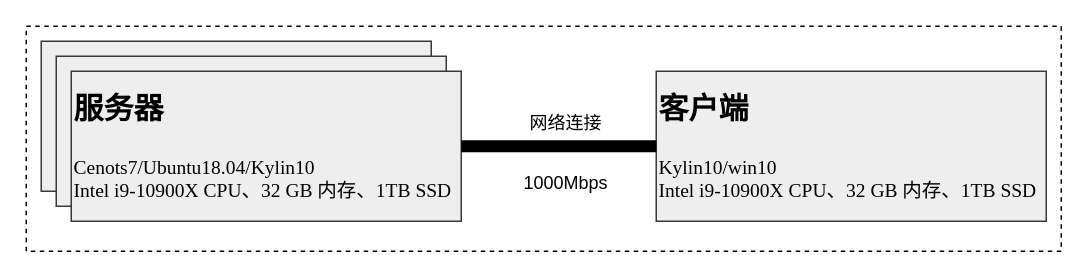
The draw.io diagram temp.drawio in We1less1111/draw.io, before the edit. Source tidied: cells renumbered, new cells numbered last; positions are measured from the earlier drawing's top-left corner, leaving out a move shared by most shapes. Both pictures are drawn from the tidied source at 150%, with x=0, y=0 at pixel (26, 26).
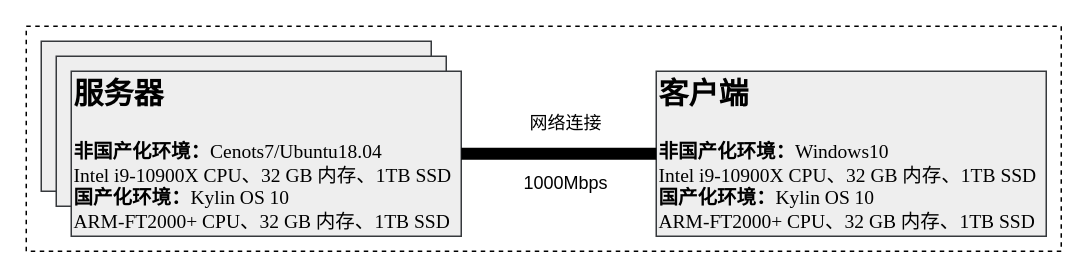
The same page after the edit.

What changed in the source:
```diff
@@
 <mxGraphModel>
   <root>
     <mxCell id="0" />
     <mxCell id="1" parent="0" />
     <mxCell id="2" style="rounded=0;whiteSpace=wrap;html=1;dashed=1;" parent="1" vertex="1">
       <mxGeometry width="690" height="150" as="geometry" />
     </mxCell>
     <mxCell id="3" style="rounded=0;whiteSpace=wrap;html=1;fillColor=#eeeeee;strokeColor=#36393d;" parent="1" vertex="1">
       <mxGeometry x="10" y="10" width="260" height="100" as="geometry" />
     </mxCell>
     <mxCell id="4" style="rounded=0;whiteSpace=wrap;html=1;fillColor=#eeeeee;strokeColor=#36393d;" parent="1" vertex="1">
       <mxGeometry x="20" y="20" width="260" height="100" as="geometry" />
     </mxCell>
-    <mxCell id="5" value="&lt;font size=&quot;1&quot; style=&quot;&quot;&gt;&lt;b style=&quot;font-size: 20px;&quot;&gt;服务器&lt;/b&gt;&lt;/font&gt;&lt;div&gt;&lt;span style=&quot;font-size: 16px;&quot;&gt;&lt;br&gt;&lt;/span&gt;&lt;div&gt;&lt;span style=&quot;background-color: initial; font-family: &amp;quot;Times New Roman&amp;quot;; font-size: 13px;&quot;&gt;&lt;font style=&quot;font-size: 13px;&quot;&gt;Cenots7/Ubuntu18.04/Kylin10&lt;/font&gt;&lt;/span&gt;&lt;div style=&quot;font-size: 13px;&quot;&gt;&lt;font style=&quot;font-size: 13px;&quot;&gt;&lt;font style=&quot;background-color: initial; font-size: 13px;&quot; face=&quot;Times New Roman&quot;&gt;Intel&lt;/font&gt;&lt;span style=&quot;background-color: initial; font-family: &amp;quot;Times New Roman&amp;quot;;&quot;&gt;&amp;nbsp;&lt;/span&gt;&lt;span style=&quot;background-color: initial; font-family: 宋体;&quot;&gt;&lt;font style=&quot;font-size: 13px;&quot; face=&quot;Times New Roman&quot;&gt;i&lt;/font&gt;&lt;/span&gt;&lt;span style=&quot;background-color: initial; font-family: &amp;quot;Times New Roman&amp;quot;;&quot;&gt;9-10900&lt;/span&gt;&lt;span style=&quot;background-color: initial; font-family: 宋体;&quot;&gt;&lt;font style=&quot;font-size: 13px;&quot; face=&quot;Times New Roman&quot;&gt;X&lt;/font&gt;&lt;/span&gt;&lt;span style=&quot;background-color: initial; font-family: &amp;quot;Times New Roman&amp;quot;;&quot;&gt;&amp;nbsp;&lt;/span&gt;&lt;span style=&quot;background-color: initial; font-family: 宋体;&quot;&gt;&lt;font style=&quot;font-size: 13px;&quot; face=&quot;Times New Roman&quot;&gt;CPU&lt;/font&gt;&lt;/span&gt;&lt;span style=&quot;background-color: initial; font-family: &amp;quot;Times New Roman&amp;quot;;&quot;&gt;&lt;font style=&quot;font-size: 13px;&quot; face=&quot;宋体&quot;&gt;、&lt;/font&gt;32&amp;nbsp;&lt;/span&gt;&lt;span style=&quot;background-color: initial; font-family: 宋体;&quot;&gt;&lt;font style=&quot;font-size: 13px;&quot; face=&quot;Times New Roman&quot;&gt;GB&lt;/font&gt;&lt;/span&gt;&lt;span style=&quot;background-color: initial; font-family: &amp;quot;Times New Roman&amp;quot;;&quot;&gt;&amp;nbsp;&lt;/span&gt;&lt;span style=&quot;background-color: initial; font-family: 宋体;&quot;&gt;&lt;font style=&quot;font-size: 13px;&quot; face=&quot;宋体&quot;&gt;内存、&lt;/font&gt;&lt;font style=&quot;font-size: 13px;&quot; face=&quot;Times New Roman&quot;&gt;1&lt;/font&gt;&lt;/span&gt;&lt;span style=&quot;background-color: initial; font-family: &amp;quot;Times New Roman&amp;quot;;&quot;&gt;TB&amp;nbsp;&lt;/span&gt;&lt;span style=&quot;background-color: initial; font-family: 宋体;&quot;&gt;&lt;font style=&quot;font-size: 13px;&quot; face=&quot;Times New Roman&quot;&gt;SSD&lt;/font&gt;&lt;/span&gt;&lt;/font&gt;&lt;/div&gt;&lt;/div&gt;&lt;/div&gt;" style="rounded=0;whiteSpace=wrap;html=1;align=left;fillColor=#eeeeee;strokeColor=#36393d;" parent="1" vertex="1">
-      <mxGeometry x="30" y="30" width="260" height="100" as="geometry" />
+    <mxCell id="5" value="&lt;font size=&quot;1&quot; style=&quot;&quot;&gt;&lt;b style=&quot;font-size: 20px;&quot;&gt;服务器&lt;/b&gt;&lt;/font&gt;&lt;div&gt;&lt;span style=&quot;font-size: 16px;&quot;&gt;&lt;br&gt;&lt;/span&gt;&lt;div&gt;&lt;span style=&quot;background-color: initial; font-family: &amp;quot;Times New Roman&amp;quot;; font-size: 13px;&quot;&gt;&lt;font style=&quot;font-size: 13px;&quot;&gt;&lt;b&gt;非国产化环境：&lt;/b&gt;Cenots7/Ubuntu18.04&lt;/font&gt;&lt;/span&gt;&lt;div style=&quot;font-size: 13px;&quot;&gt;&lt;font style=&quot;font-size: 13px;&quot;&gt;&lt;font style=&quot;background-color: initial; font-size: 13px;&quot; face=&quot;Times New Roman&quot;&gt;Intel&lt;/font&gt;&lt;span style=&quot;background-color: initial; font-family: &amp;quot;Times New Roman&amp;quot;;&quot;&gt;&amp;nbsp;&lt;/span&gt;&lt;span style=&quot;background-color: initial; font-family: 宋体;&quot;&gt;&lt;font style=&quot;font-size: 13px;&quot; face=&quot;Times New Roman&quot;&gt;i&lt;/font&gt;&lt;/span&gt;&lt;span style=&quot;background-color: initial; font-family: &amp;quot;Times New Roman&amp;quot;;&quot;&gt;9-10900&lt;/span&gt;&lt;span style=&quot;background-color: initial; font-family: 宋体;&quot;&gt;&lt;font style=&quot;font-size: 13px;&quot; face=&quot;Times New Roman&quot;&gt;X&lt;/font&gt;&lt;/span&gt;&lt;span style=&quot;background-color: initial; font-family: &amp;quot;Times New Roman&amp;quot;;&quot;&gt;&amp;nbsp;&lt;/span&gt;&lt;span style=&quot;background-color: initial; font-family: 宋体;&quot;&gt;&lt;font style=&quot;font-size: 13px;&quot; face=&quot;Times New Roman&quot;&gt;CPU&lt;/font&gt;&lt;/span&gt;&lt;span style=&quot;background-color: initial; font-family: &amp;quot;Times New Roman&amp;quot;;&quot;&gt;&lt;font style=&quot;font-size: 13px;&quot; face=&quot;宋体&quot;&gt;、&lt;/font&gt;32&amp;nbsp;&lt;/span&gt;&lt;span style=&quot;background-color: initial; font-family: 宋体;&quot;&gt;&lt;font style=&quot;font-size: 13px;&quot; face=&quot;Times New Roman&quot;&gt;GB&lt;/font&gt;&lt;/span&gt;&lt;span style=&quot;background-color: initial; font-family: &amp;quot;Times New Roman&amp;quot;;&quot;&gt;&amp;nbsp;&lt;/span&gt;&lt;span style=&quot;background-color: initial; font-family: 宋体;&quot;&gt;&lt;font style=&quot;font-size: 13px;&quot; face=&quot;宋体&quot;&gt;内存、&lt;/font&gt;&lt;font style=&quot;font-size: 13px;&quot; face=&quot;Times New Roman&quot;&gt;1&lt;/font&gt;&lt;/span&gt;&lt;span style=&quot;background-color: initial; font-family: &amp;quot;Times New Roman&amp;quot;;&quot;&gt;TB&amp;nbsp;&lt;/span&gt;&lt;span style=&quot;background-color: initial; font-family: 宋体;&quot;&gt;&lt;font style=&quot;font-size: 13px;&quot; face=&quot;Times New Roman&quot;&gt;SSD&lt;/font&gt;&lt;/span&gt;&lt;/font&gt;&lt;/div&gt;&lt;/div&gt;&lt;/div&gt;&lt;div style=&quot;font-size: 13px;&quot;&gt;&lt;font face=&quot;Times New Roman&quot;&gt;&lt;b&gt;国产化环境：&lt;/b&gt;&lt;/font&gt;&lt;span style=&quot;font-family: &amp;quot;Times New Roman&amp;quot;; background-color: initial;&quot;&gt;Kylin OS 10&lt;/span&gt;&lt;/div&gt;&lt;div style=&quot;font-size: 13px;&quot;&gt;&lt;span style=&quot;background-color: initial; font-family: &amp;quot;Times New Roman&amp;quot;;&quot;&gt;ARM-FT2000+&amp;nbsp;&lt;/span&gt;&lt;span style=&quot;background-color: initial; font-family: 宋体;&quot;&gt;&lt;font face=&quot;Times New Roman&quot;&gt;CPU&lt;/font&gt;&lt;/span&gt;&lt;span style=&quot;background-color: initial; font-family: &amp;quot;Times New Roman&amp;quot;;&quot;&gt;&lt;font face=&quot;宋体&quot;&gt;、&lt;/font&gt;32&amp;nbsp;&lt;/span&gt;&lt;span style=&quot;background-color: initial; font-family: 宋体;&quot;&gt;&lt;font face=&quot;Times New Roman&quot;&gt;GB&lt;/font&gt;&lt;/span&gt;&lt;span style=&quot;background-color: initial; font-family: &amp;quot;Times New Roman&amp;quot;;&quot;&gt;&amp;nbsp;&lt;/span&gt;&lt;span style=&quot;background-color: initial; font-family: 宋体;&quot;&gt;&lt;font face=&quot;宋体&quot;&gt;内存、&lt;/font&gt;&lt;font face=&quot;Times New Roman&quot;&gt;1&lt;/font&gt;&lt;/span&gt;&lt;span style=&quot;background-color: initial; font-family: &amp;quot;Times New Roman&amp;quot;;&quot;&gt;TB&amp;nbsp;&lt;/span&gt;&lt;span style=&quot;background-color: initial; font-family: 宋体;&quot;&gt;&lt;font face=&quot;Times New Roman&quot;&gt;SSD&lt;/font&gt;&lt;/span&gt;&lt;span style=&quot;font-family: &amp;quot;Times New Roman&amp;quot;; background-color: initial;&quot;&gt;&lt;br&gt;&lt;/span&gt;&lt;/div&gt;" style="rounded=0;whiteSpace=wrap;html=1;align=left;fillColor=#eeeeee;strokeColor=#36393d;" parent="1" vertex="1">
+      <mxGeometry x="30" y="30" width="260" height="110" as="geometry" />
     </mxCell>
-    <mxCell id="6" value="&lt;font size=&quot;1&quot; style=&quot;&quot;&gt;&lt;b style=&quot;font-size: 20px;&quot;&gt;客户端&lt;/b&gt;&lt;/font&gt;&lt;div&gt;&lt;span style=&quot;font-size: 16px;&quot;&gt;&lt;br&gt;&lt;/span&gt;&lt;div&gt;&lt;span style=&quot;background-color: initial; font-family: &amp;quot;Times New Roman&amp;quot;; font-size: 13px;&quot;&gt;&lt;font style=&quot;font-size: 13px;&quot;&gt;Kylin10/win10&lt;/font&gt;&lt;/span&gt;&lt;div style=&quot;font-size: 13px;&quot;&gt;&lt;font style=&quot;font-size: 13px;&quot;&gt;&lt;font style=&quot;background-color: initial; font-size: 13px;&quot; face=&quot;Times New Roman&quot;&gt;Intel&lt;/font&gt;&lt;span style=&quot;background-color: initial; font-family: &amp;quot;Times New Roman&amp;quot;;&quot;&gt;&amp;nbsp;&lt;/span&gt;&lt;span style=&quot;background-color: initial; font-family: 宋体;&quot;&gt;&lt;font style=&quot;font-size: 13px;&quot; face=&quot;Times New Roman&quot;&gt;i&lt;/font&gt;&lt;/span&gt;&lt;span style=&quot;background-color: initial; font-family: &amp;quot;Times New Roman&amp;quot;;&quot;&gt;9-10900&lt;/span&gt;&lt;span style=&quot;background-color: initial; font-family: 宋体;&quot;&gt;&lt;font style=&quot;font-size: 13px;&quot; face=&quot;Times New Roman&quot;&gt;X&lt;/font&gt;&lt;/span&gt;&lt;span style=&quot;background-color: initial; font-family: &amp;quot;Times New Roman&amp;quot;;&quot;&gt;&amp;nbsp;&lt;/span&gt;&lt;span style=&quot;background-color: initial; font-family: 宋体;&quot;&gt;&lt;font style=&quot;font-size: 13px;&quot; face=&quot;Times New Roman&quot;&gt;CPU&lt;/font&gt;&lt;/span&gt;&lt;span style=&quot;background-color: initial; font-family: &amp;quot;Times New Roman&amp;quot;;&quot;&gt;&lt;font style=&quot;font-size: 13px;&quot; face=&quot;宋体&quot;&gt;、&lt;/font&gt;32&amp;nbsp;&lt;/span&gt;&lt;span style=&quot;background-color: initial; font-family: 宋体;&quot;&gt;&lt;font style=&quot;font-size: 13px;&quot; face=&quot;Times New Roman&quot;&gt;GB&lt;/font&gt;&lt;/span&gt;&lt;span style=&quot;background-color: initial; font-family: &amp;quot;Times New Roman&amp;quot;;&quot;&gt;&amp;nbsp;&lt;/span&gt;&lt;span style=&quot;background-color: initial; font-family: 宋体;&quot;&gt;&lt;font style=&quot;font-size: 13px;&quot; face=&quot;宋体&quot;&gt;内存、&lt;/font&gt;&lt;font style=&quot;font-size: 13px;&quot; face=&quot;Times New Roman&quot;&gt;1&lt;/font&gt;&lt;/span&gt;&lt;span style=&quot;background-color: initial; font-family: &amp;quot;Times New Roman&amp;quot;;&quot;&gt;TB&amp;nbsp;&lt;/span&gt;&lt;span style=&quot;background-color: initial; font-family: 宋体;&quot;&gt;&lt;font style=&quot;font-size: 13px;&quot; face=&quot;Times New Roman&quot;&gt;SSD&lt;/font&gt;&lt;/span&gt;&lt;/font&gt;&lt;/div&gt;&lt;/div&gt;&lt;/div&gt;" style="rounded=0;whiteSpace=wrap;html=1;align=left;fillColor=#eeeeee;strokeColor=#36393d;" parent="1" vertex="1">
-      <mxGeometry x="420" y="30" width="260" height="100" as="geometry" />
+    <mxCell id="6" value="&lt;font size=&quot;1&quot; style=&quot;&quot;&gt;&lt;b style=&quot;font-size: 20px;&quot;&gt;客户端&lt;/b&gt;&lt;/font&gt;&lt;div&gt;&lt;span style=&quot;font-size: 16px;&quot;&gt;&lt;br&gt;&lt;/span&gt;&lt;div&gt;&lt;div&gt;&lt;span style=&quot;background-color: initial; font-family: &amp;quot;Times New Roman&amp;quot;; font-size: 13px;&quot;&gt;&lt;b&gt;非国产化环境：&lt;/b&gt;Windows10&lt;/span&gt;&lt;/div&gt;&lt;div&gt;&lt;font style=&quot;font-size: 13px; background-color: initial;&quot; face=&quot;Times New Roman&quot;&gt;Intel&lt;/font&gt;&lt;span style=&quot;font-size: 13px; background-color: initial; font-family: &amp;quot;Times New Roman&amp;quot;;&quot;&gt;&amp;nbsp;&lt;/span&gt;&lt;span style=&quot;font-size: 13px; background-color: initial; font-family: 宋体;&quot;&gt;&lt;font face=&quot;Times New Roman&quot;&gt;i&lt;/font&gt;&lt;/span&gt;&lt;span style=&quot;font-size: 13px; background-color: initial; font-family: &amp;quot;Times New Roman&amp;quot;;&quot;&gt;9-10900&lt;/span&gt;&lt;span style=&quot;font-size: 13px; background-color: initial; font-family: 宋体;&quot;&gt;&lt;font face=&quot;Times New Roman&quot;&gt;X&lt;/font&gt;&lt;/span&gt;&lt;span style=&quot;font-size: 13px; background-color: initial; font-family: &amp;quot;Times New Roman&amp;quot;;&quot;&gt;&amp;nbsp;&lt;/span&gt;&lt;span style=&quot;font-size: 13px; background-color: initial; font-family: 宋体;&quot;&gt;&lt;font face=&quot;Times New Roman&quot;&gt;CPU&lt;/font&gt;&lt;/span&gt;&lt;span style=&quot;font-size: 13px; background-color: initial; font-family: &amp;quot;Times New Roman&amp;quot;;&quot;&gt;&lt;font face=&quot;宋体&quot;&gt;、&lt;/font&gt;32&amp;nbsp;&lt;/span&gt;&lt;span style=&quot;font-size: 13px; background-color: initial; font-family: 宋体;&quot;&gt;&lt;font face=&quot;Times New Roman&quot;&gt;GB&lt;/font&gt;&lt;/span&gt;&lt;span style=&quot;font-size: 13px; background-color: initial; font-family: &amp;quot;Times New Roman&amp;quot;;&quot;&gt;&amp;nbsp;&lt;/span&gt;&lt;span style=&quot;font-size: 13px; background-color: initial; font-family: 宋体;&quot;&gt;&lt;font face=&quot;宋体&quot;&gt;内存、&lt;/font&gt;&lt;font face=&quot;Times New Roman&quot;&gt;1&lt;/font&gt;&lt;/span&gt;&lt;span style=&quot;font-size: 13px; background-color: initial; font-family: &amp;quot;Times New Roman&amp;quot;;&quot;&gt;TB&amp;nbsp;&lt;/span&gt;&lt;span style=&quot;font-size: 13px; background-color: initial; font-family: 宋体;&quot;&gt;&lt;font face=&quot;Times New Roman&quot;&gt;SSD&lt;/font&gt;&lt;/span&gt;&lt;/div&gt;&lt;div style=&quot;font-size: 13px;&quot;&gt;&lt;font face=&quot;Times New Roman&quot;&gt;&lt;b&gt;国产化环境：&lt;/b&gt;&lt;/font&gt;&lt;span style=&quot;font-family: &amp;quot;Times New Roman&amp;quot;; background-color: initial;&quot;&gt;Kylin OS 10&lt;/span&gt;&lt;/div&gt;&lt;div style=&quot;font-size: 13px;&quot;&gt;&lt;span style=&quot;background-color: initial; font-family: &amp;quot;Times New Roman&amp;quot;;&quot;&gt;ARM-FT2000+&amp;nbsp;&lt;/span&gt;&lt;span style=&quot;background-color: initial; font-family: 宋体;&quot;&gt;&lt;font face=&quot;Times New Roman&quot;&gt;CPU&lt;/font&gt;&lt;/span&gt;&lt;span style=&quot;background-color: initial; font-family: &amp;quot;Times New Roman&amp;quot;;&quot;&gt;&lt;font face=&quot;宋体&quot;&gt;、&lt;/font&gt;32&amp;nbsp;&lt;/span&gt;&lt;span style=&quot;background-color: initial; font-family: 宋体;&quot;&gt;&lt;font face=&quot;Times New Roman&quot;&gt;GB&lt;/font&gt;&lt;/span&gt;&lt;span style=&quot;background-color: initial; font-family: &amp;quot;Times New Roman&amp;quot;;&quot;&gt;&amp;nbsp;&lt;/span&gt;&lt;span style=&quot;background-color: initial; font-family: 宋体;&quot;&gt;&lt;font face=&quot;宋体&quot;&gt;内存、&lt;/font&gt;&lt;font face=&quot;Times New Roman&quot;&gt;1&lt;/font&gt;&lt;/span&gt;&lt;span style=&quot;background-color: initial; font-family: &amp;quot;Times New Roman&amp;quot;;&quot;&gt;TB&amp;nbsp;&lt;/span&gt;&lt;span style=&quot;background-color: initial; font-family: 宋体;&quot;&gt;&lt;font face=&quot;Times New Roman&quot;&gt;SSD&lt;/font&gt;&lt;/span&gt;&lt;/div&gt;&lt;/div&gt;&lt;/div&gt;" style="rounded=0;whiteSpace=wrap;html=1;align=left;fillColor=#eeeeee;strokeColor=#36393d;" parent="1" vertex="1">
+      <mxGeometry x="420" y="30" width="260" height="110" as="geometry" />
     </mxCell>
-    <mxCell id="7" style="endArrow=none;html=1;rounded=0;entryX=0;entryY=0.5;entryDx=0;entryDy=0;strokeWidth=8;" parent="1" edge="1" target="6">
-      <mxGeometry relative="1" as="geometry">
-        <mxPoint x="290" y="80" as="sourcePoint" />
-      </mxGeometry>
+    <mxCell id="7" style="endArrow=none;html=1;rounded=0;entryX=0;entryY=0.5;entryDx=0;entryDy=0;strokeWidth=8;exitX=1;exitY=0.5;exitDx=0;exitDy=0;" parent="1" edge="1" source="5" target="6">
+      <mxGeometry relative="1" as="geometry" />
     </mxCell>
     <mxCell id="8" value="网络连接" style="text;html=1;align=center;verticalAlign=middle;whiteSpace=wrap;rounded=0;" parent="1" vertex="1">
       <mxGeometry x="330" y="50" width="60" height="30" as="geometry" />
     </mxCell>
     <mxCell id="9" value="1000Mbps" style="text;html=1;align=center;verticalAlign=middle;whiteSpace=wrap;rounded=0;" parent="1" vertex="1">
       <mxGeometry x="330" y="90" width="60" height="30" as="geometry" />
     </mxCell>
   </root>
 </mxGraphModel>
```
